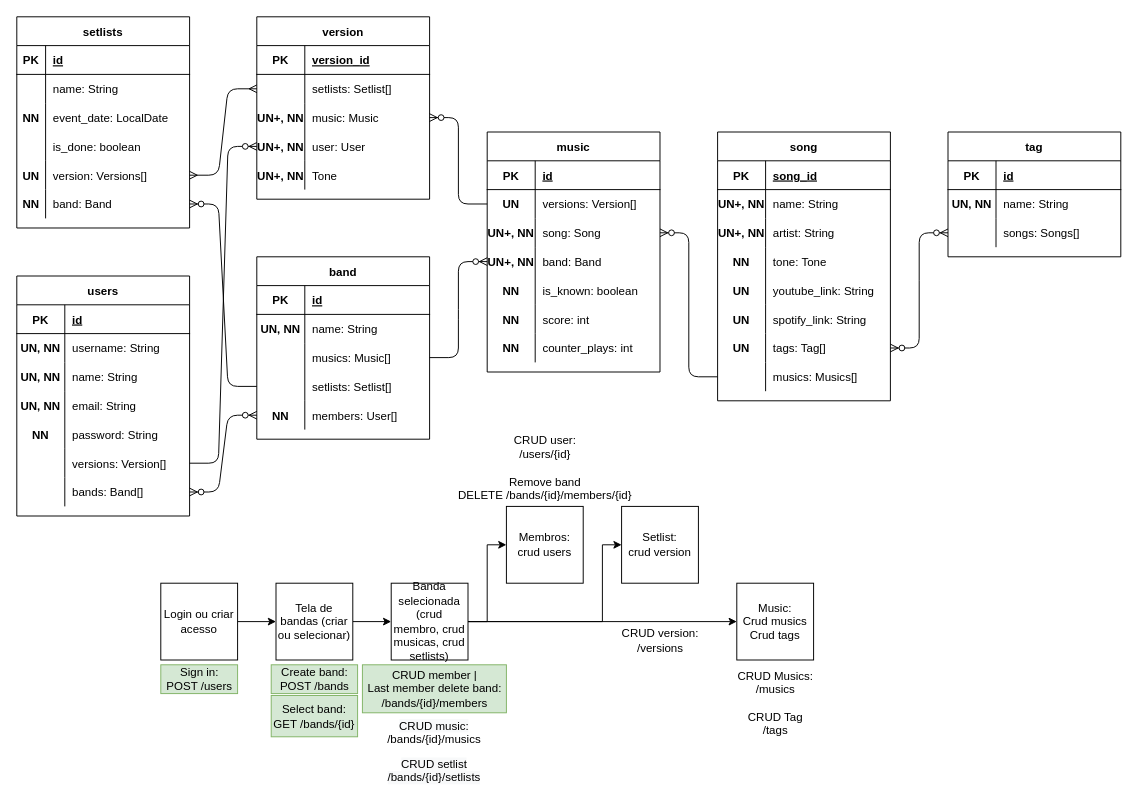
Earlier version of the draw.io diagram design/diagram.drawio (igormateus/repertapp-api). Source tidied: cells renumbered, new cells numbered last; positions are measured from the earlier drawing's top-left corner, leaving out a move shared by most shapes. Both pictures are drawn from the tidied source at 96%, with x=0, y=0 at pixel (16, 16).
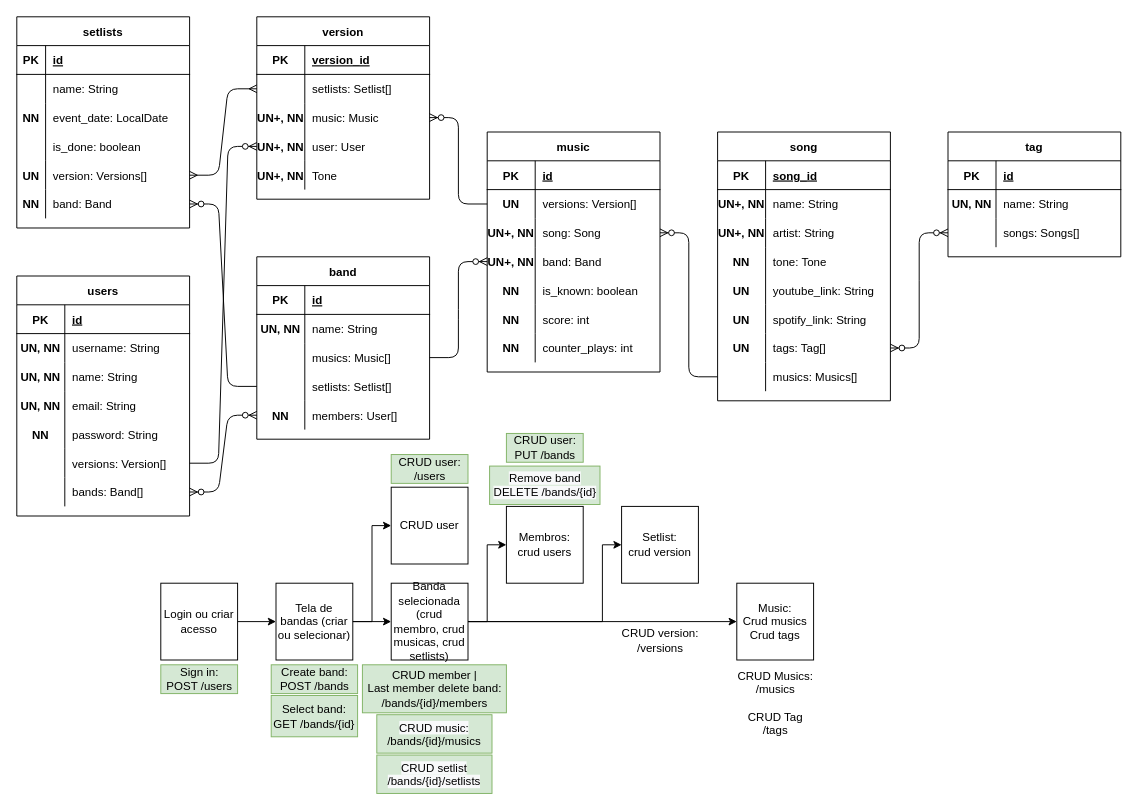
Above is the later version.

Unchanged cells that the change refers to:
```xml
<mxCell id="141" value="Tela de bandas (criar ou selecionar)" style="whiteSpace=wrap;html=1;" parent="1" vertex="1">
  <mxGeometry x="270" y="590" width="80" height="80" as="geometry" />
</mxCell>
<mxCell id="148" value="Login ou criar acesso" style="whiteSpace=wrap;html=1;" parent="1" vertex="1">
  <mxGeometry x="150" y="590" width="80" height="80" as="geometry" />
</mxCell>
```

The edit, as a diff of the source:
```diff
@@
-    <mxCell id="147" style="edgeStyle=orthogonalEdgeStyle;rounded=0;jettySize=auto;html=1;" parent="1" edge="1" source="148" target="141">
+    <mxCell id="147" style="edgeStyle=orthogonalEdgeStyle;rounded=0;jettySize=auto;html=1;entryX=0;entryY=0.5;entryDx=0;entryDy=0;exitX=1;exitY=0.5;exitDx=0;exitDy=0;" parent="1" edge="1" source="141" target="162">
       <mxGeometry relative="1" as="geometry" />
     </mxCell>
+    <mxCell id="160" style="edgeStyle=orthogonalEdgeStyle;rounded=0;jettySize=auto;html=1;exitX=1;exitY=0.5;exitDx=0;exitDy=0;entryX=0;entryY=0.5;entryDx=0;entryDy=0;" parent="1" edge="1" source="148" target="141">
+      <mxGeometry relative="1" as="geometry" />
+    </mxCell>
@@
-    <mxCell id="154" value="CRUD user:&lt;br&gt;/users/{id}&lt;br&gt;&lt;br&gt;Remove band&lt;br&gt;DELETE /bands/{id}/members/{id}" style="text;html=1;align=center;verticalAlign=middle;strokeColor=none;fillColor=none;" parent="1" vertex="1">
-      <mxGeometry x="450" y="430" width="200" height="80" as="geometry" />
+    <mxCell id="154" value="CRUD user:&lt;br&gt;PUT /bands" style="text;html=1;align=center;verticalAlign=middle;strokeColor=#82b366;fillColor=#d5e8d4;" parent="1" vertex="1">
+      <mxGeometry x="510" y="434" width="80" height="30" as="geometry" />
     </mxCell>
@@
-    <mxCell id="158" value="&lt;span style=&quot;color: rgb(0, 0, 0); font-family: helvetica; font-size: 12px; font-style: normal; font-weight: 400; letter-spacing: normal; text-indent: 0px; text-transform: none; word-spacing: 0px; background-color: rgb(248, 249, 250); display: inline; float: none;&quot;&gt;CRUD music:&lt;/span&gt;&lt;br style=&quot;color: rgb(0, 0, 0); font-family: helvetica; font-size: 12px; font-style: normal; font-weight: 400; letter-spacing: normal; text-indent: 0px; text-transform: none; word-spacing: 0px; background-color: rgb(248, 249, 250);&quot;&gt;&lt;div style=&quot;&quot;&gt;&lt;span style=&quot;font-family: &amp;quot;helvetica&amp;quot;&quot;&gt;/bands/{id}/musics&lt;/span&gt;&lt;/div&gt;" style="text;whiteSpace=wrap;html=1;align=center;" parent="1" vertex="1">
-      <mxGeometry x="375" y="725" width="120" height="40" as="geometry" />
+    <mxCell id="158" value="&lt;span style=&quot;color: rgb(0, 0, 0); font-family: helvetica; font-size: 12px; font-style: normal; font-weight: 400; letter-spacing: normal; text-indent: 0px; text-transform: none; word-spacing: 0px; background-color: rgb(248, 249, 250); display: inline; float: none;&quot;&gt;CRUD music:&lt;/span&gt;&lt;br style=&quot;color: rgb(0, 0, 0); font-family: helvetica; font-size: 12px; font-style: normal; font-weight: 400; letter-spacing: normal; text-indent: 0px; text-transform: none; word-spacing: 0px; background-color: rgb(248, 249, 250);&quot;&gt;&lt;div style=&quot;&quot;&gt;&lt;span style=&quot;font-family: &amp;quot;helvetica&amp;quot;&quot;&gt;/bands/{id}/musics&lt;/span&gt;&lt;/div&gt;" style="text;whiteSpace=wrap;html=1;align=center;strokeColor=#82b366;fillColor=#d5e8d4;" parent="1" vertex="1">
+      <mxGeometry x="375" y="727" width="120" height="40" as="geometry" />
     </mxCell>
-    <mxCell id="159" value="&lt;span style=&quot;color: rgb(0 , 0 , 0) ; font-size: 12px ; font-style: normal ; font-weight: 400 ; letter-spacing: normal ; text-indent: 0px ; text-transform: none ; word-spacing: 0px ; font-family: &amp;#34;helvetica&amp;#34; ; background-color: rgb(248 , 249 , 250) ; display: inline ; float: none&quot;&gt;CRUD setlist&lt;/span&gt;&lt;br style=&quot;color: rgb(0 , 0 , 0) ; font-size: 12px ; font-style: normal ; font-weight: 400 ; letter-spacing: normal ; text-indent: 0px ; text-transform: none ; word-spacing: 0px ; font-family: &amp;#34;helvetica&amp;#34; ; background-color: rgb(248 , 249 , 250)&quot;&gt;&lt;span style=&quot;color: rgb(0 , 0 , 0) ; font-size: 12px ; font-style: normal ; font-weight: 400 ; letter-spacing: normal ; text-indent: 0px ; text-transform: none ; word-spacing: 0px ; font-family: &amp;#34;helvetica&amp;#34; ; background-color: rgb(248 , 249 , 250) ; display: inline ; float: none&quot;&gt;/bands/{id}/setlists&lt;/span&gt;" style="text;whiteSpace=wrap;html=1;align=center;" parent="1" vertex="1">
-      <mxGeometry x="375" y="765" width="120" height="40" as="geometry" />
+    <mxCell id="159" value="&lt;span style=&quot;color: rgb(0 , 0 , 0) ; font-size: 12px ; font-style: normal ; font-weight: 400 ; letter-spacing: normal ; text-indent: 0px ; text-transform: none ; word-spacing: 0px ; font-family: &amp;#34;helvetica&amp;#34; ; background-color: rgb(248 , 249 , 250) ; display: inline ; float: none&quot;&gt;CRUD setlist&lt;/span&gt;&lt;br style=&quot;color: rgb(0 , 0 , 0) ; font-size: 12px ; font-style: normal ; font-weight: 400 ; letter-spacing: normal ; text-indent: 0px ; text-transform: none ; word-spacing: 0px ; font-family: &amp;#34;helvetica&amp;#34; ; background-color: rgb(248 , 249 , 250)&quot;&gt;&lt;span style=&quot;color: rgb(0 , 0 , 0) ; font-size: 12px ; font-style: normal ; font-weight: 400 ; letter-spacing: normal ; text-indent: 0px ; text-transform: none ; word-spacing: 0px ; font-family: &amp;#34;helvetica&amp;#34; ; background-color: rgb(248 , 249 , 250) ; display: inline ; float: none&quot;&gt;/bands/{id}/setlists&lt;/span&gt;" style="text;whiteSpace=wrap;html=1;align=center;fillColor=#d5e8d4;strokeColor=#82b366;" parent="1" vertex="1">
+      <mxGeometry x="375" y="769" width="120" height="40" as="geometry" />
     </mxCell>
+    <mxCell id="161" value="&lt;span style=&quot;color: rgb(0 , 0 , 0) ; font-family: &amp;#34;helvetica&amp;#34; ; font-size: 12px ; font-style: normal ; font-weight: 400 ; letter-spacing: normal ; text-align: center ; text-indent: 0px ; text-transform: none ; word-spacing: 0px ; background-color: rgb(248 , 249 , 250) ; display: inline ; float: none&quot;&gt;Remove band&lt;/span&gt;&lt;br style=&quot;color: rgb(0 , 0 , 0) ; font-family: &amp;#34;helvetica&amp;#34; ; font-size: 12px ; font-style: normal ; font-weight: 400 ; letter-spacing: normal ; text-align: center ; text-indent: 0px ; text-transform: none ; word-spacing: 0px ; background-color: rgb(248 , 249 , 250)&quot;&gt;&lt;span style=&quot;color: rgb(0 , 0 , 0) ; font-family: &amp;#34;helvetica&amp;#34; ; font-size: 12px ; font-style: normal ; font-weight: 400 ; letter-spacing: normal ; text-align: center ; text-indent: 0px ; text-transform: none ; word-spacing: 0px ; background-color: rgb(248 , 249 , 250) ; display: inline ; float: none&quot;&gt;DELETE /bands/{id}&lt;/span&gt;" style="text;html=1;strokeColor=#82b366;fillColor=#d5e8d4;align=center;verticalAlign=middle;whiteSpace=wrap;rounded=0;" parent="1" vertex="1">
+      <mxGeometry x="492.5" y="468" width="115" height="40" as="geometry" />
+    </mxCell>
+    <mxCell id="162" value="CRUD user" style="whiteSpace=wrap;html=1;" parent="1" vertex="1">
+      <mxGeometry x="390" y="490" width="80" height="80" as="geometry" />
+    </mxCell>
+    <mxCell id="163" value="CRUD user:&lt;br&gt;/users" style="text;html=1;align=center;verticalAlign=middle;strokeColor=#82b366;fillColor=#d5e8d4;" parent="1" vertex="1">
+      <mxGeometry x="390" y="456" width="80" height="30" as="geometry" />
+    </mxCell>
```
